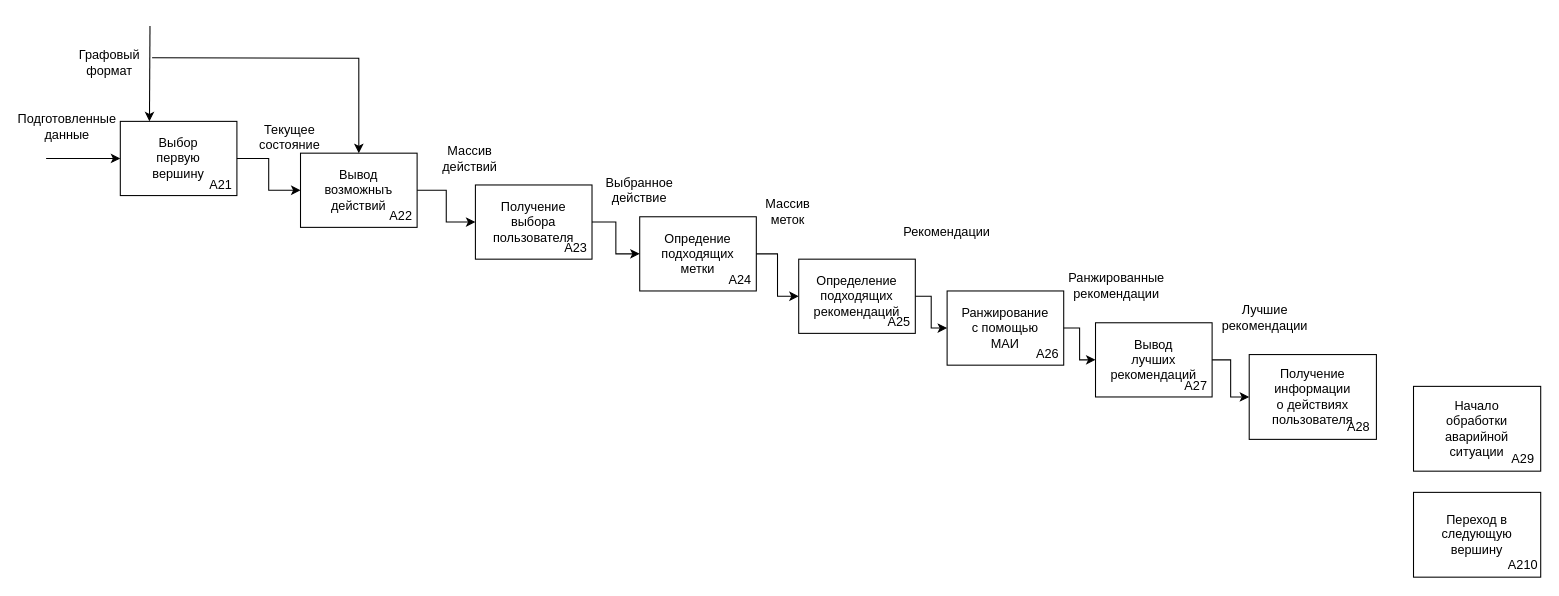
This is report/inc/img/idef2_x.drawio from Jarozin/diplom, a draw.io file, before an edit. Source tidied: cells renumbered, new cells numbered last; positions are measured from the earlier drawing's top-left corner, leaving out a move shared by most shapes. Both pictures are drawn from the tidied source at 106%, with x=0, y=0 at pixel (35, 25).
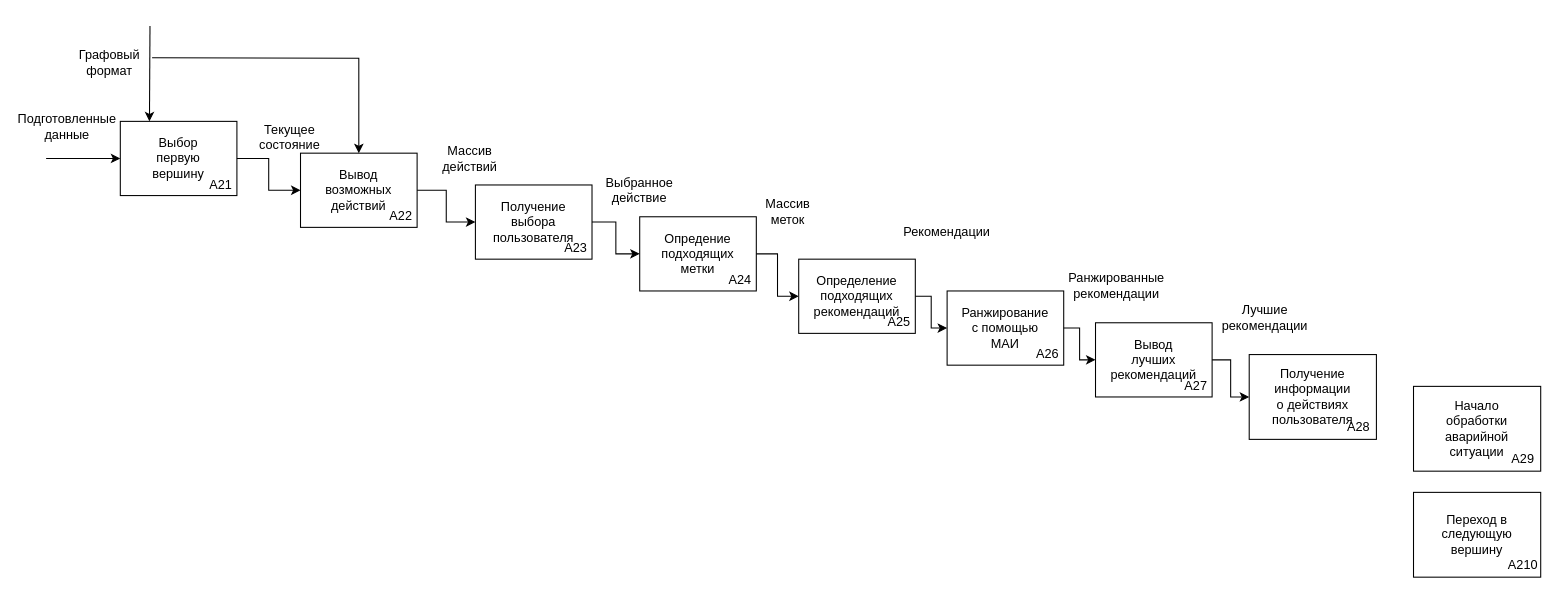
The same diagram, later.

The change refers to these unchanged cells:
```xml
<mxCell id="2" style="group;" parent="1" vertex="1">
  <mxGeometry x="250" y="120" width="110" height="70" as="geometry" />
</mxCell>
```

What changed in the source:
```diff
@@
-    <mxCell id="4" value="Вывод возможныъ действий" style="text;html=1;align=center;verticalAlign=middle;whiteSpace=wrap;rounded=0;" parent="2" vertex="1">
+    <mxCell id="4" value="Вывод возможных действий" style="text;html=1;align=center;verticalAlign=middle;whiteSpace=wrap;rounded=0;" parent="2" vertex="1">
       <mxGeometry x="25" y="20" width="60" height="30" as="geometry" />
     </mxCell>
```
